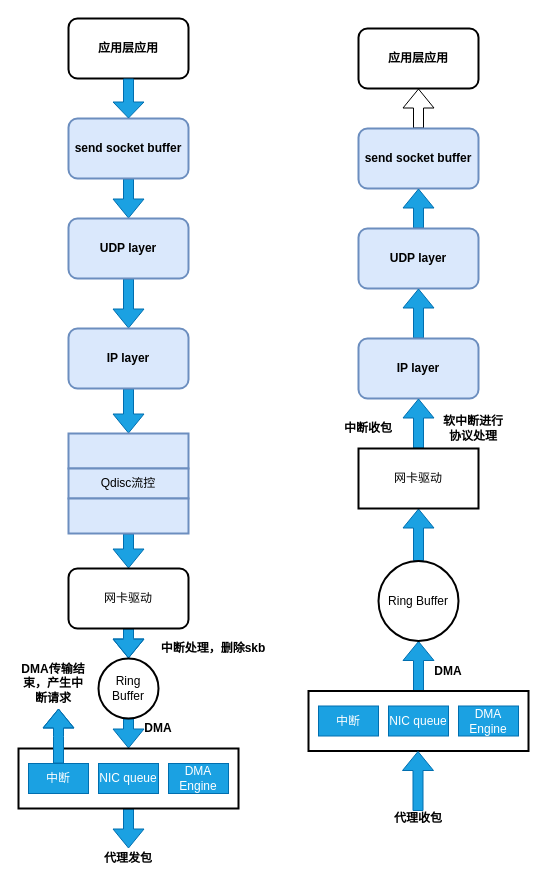
This is 未命名绘图.drawio from chenjianjian/C-, a draw.io file, before an edit. Source tidied: cells renumbered, new cells numbered last; positions are measured from the earlier drawing's top-left corner, leaving out a move shared by most shapes. Both pictures are drawn from the tidied source at 100%, with x=0, y=0 at pixel (18, 18).
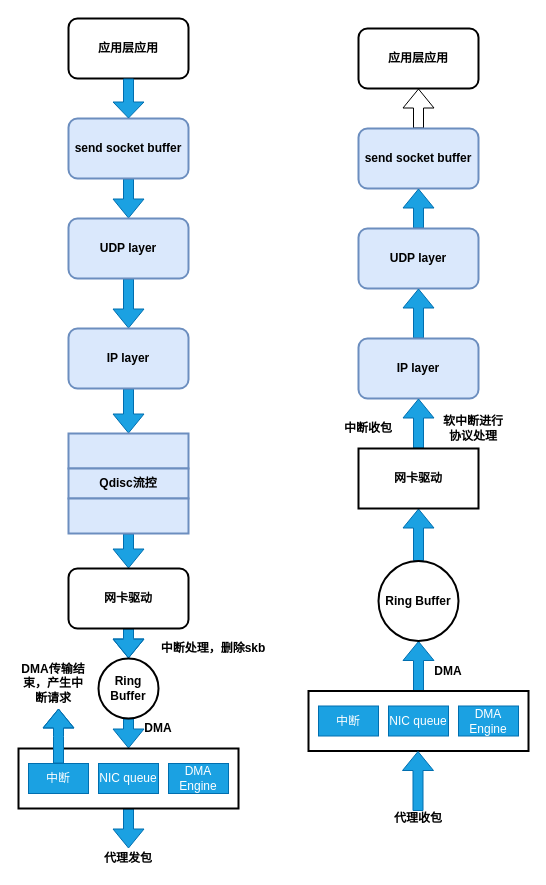
Above is the later version.

Commit message:
linux收发包流程.drawio

What changed in the source:
```diff
@@
-    <mxCell id="14" value="Qdisc流控" style="text;html=1;strokeColor=none;fillColor=none;align=center;verticalAlign=middle;whiteSpace=wrap;rounded=0;" parent="1" vertex="1">
+    <mxCell id="14" value="&lt;b&gt;Qdisc流控&lt;/b&gt;" style="text;html=1;strokeColor=none;fillColor=none;align=center;verticalAlign=middle;whiteSpace=wrap;rounded=0;" parent="1" vertex="1">
       <mxGeometry x="70" y="455" width="80" height="20" as="geometry" />
     </mxCell>
@@
-    <mxCell id="16" value="网卡驱动" style="rounded=1;whiteSpace=wrap;html=1;strokeWidth=2;" parent="1" vertex="1">
+    <mxCell id="16" value="&lt;b&gt;网卡驱动&lt;/b&gt;" style="rounded=1;whiteSpace=wrap;html=1;strokeWidth=2;" parent="1" vertex="1">
       <mxGeometry x="50" y="550" width="120" height="60" as="geometry" />
     </mxCell>
@@
-    <mxCell id="18" value="Ring Buffer" style="ellipse;whiteSpace=wrap;html=1;rounded=1;strokeWidth=2;" parent="1" vertex="1">
+    <mxCell id="18" value="&lt;b&gt;Ring Buffer&lt;/b&gt;" style="ellipse;whiteSpace=wrap;html=1;rounded=1;strokeWidth=2;" parent="1" vertex="1">
       <mxGeometry x="80" y="640" width="60" height="60" as="geometry" />
     </mxCell>
@@
-    <mxCell id="31" value="Ring Buffer" style="ellipse;whiteSpace=wrap;html=1;rounded=1;strokeWidth=2;" parent="1" vertex="1">
+    <mxCell id="31" value="&lt;b&gt;Ring Buffer&lt;/b&gt;" style="ellipse;whiteSpace=wrap;html=1;rounded=1;strokeWidth=2;" parent="1" vertex="1">
       <mxGeometry x="360" y="542.5" width="80" height="80" as="geometry" />
     </mxCell>
@@
-    <mxCell id="45" value="网卡驱动" style="rounded=1;whiteSpace=wrap;html=1;strokeWidth=2;arcSize=0;" parent="1" vertex="1">
+    <mxCell id="45" value="&lt;b&gt;网卡驱动&lt;/b&gt;" style="rounded=1;whiteSpace=wrap;html=1;strokeWidth=2;arcSize=0;" parent="1" vertex="1">
       <mxGeometry x="340" y="430" width="120" height="60" as="geometry" />
     </mxCell>
```
